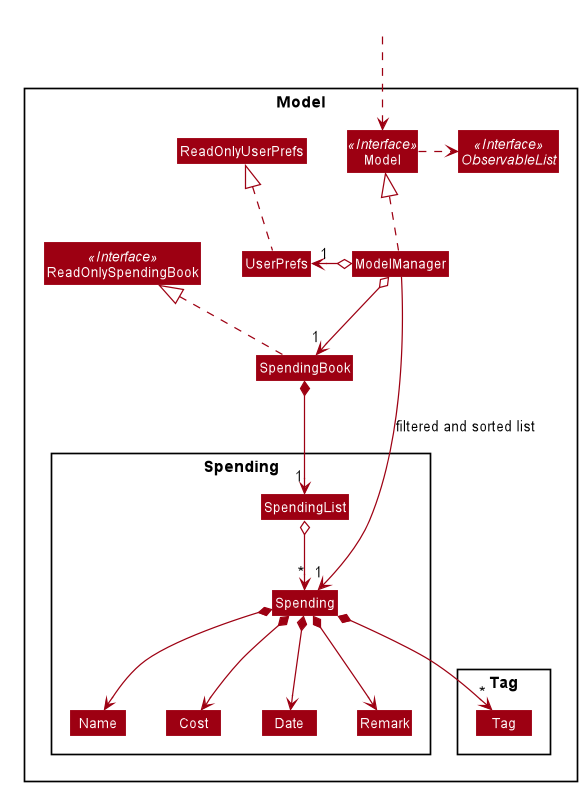
Above: docs/images/ModelClassDiagram.png in nus-cs2103-AY1920S1/addressbook-level3 (PlantUML), before the change.
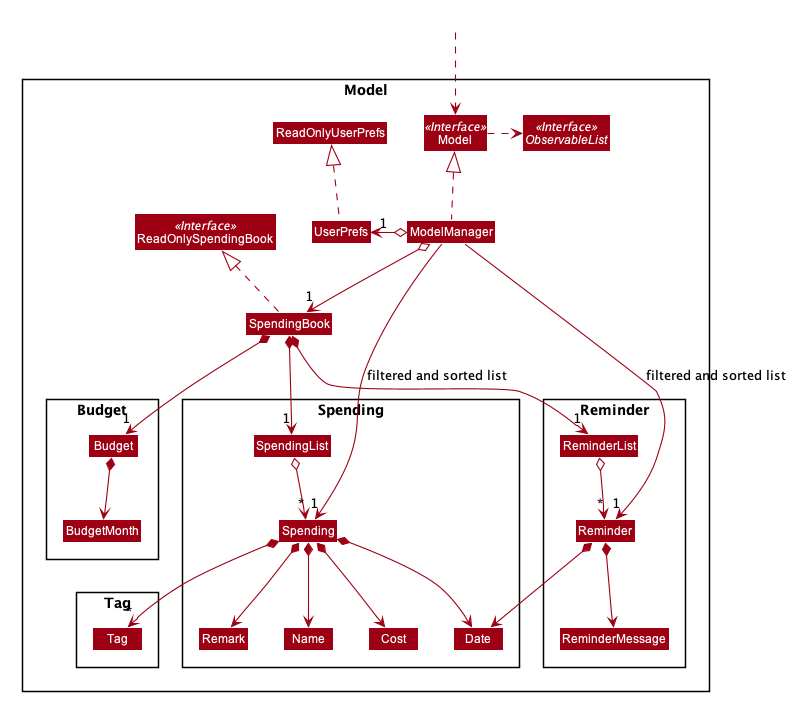
The same file after the commit.

Diff of the diagram source:
```diff
@@ -74,6 +74,17 @@
 Package Tag {
 Class Tag
 }
+
+Package Reminder {
+class Reminder
+class ReminderList
+class ReminderMessage
+}
+
+Package Budget {
+class Budget
+class BudgetMonth
+}
 }
 
 Class HiddenOutside #FFFFFF
@@ -86,6 +97,7 @@
 ModelManager o--> "1" SpendingBook
 ModelManager o-left-> "1" UserPrefs
 UserPrefs .up.|> ReadOnlyUserPrefs
+
 
 SpendingBook *--> "1" SpendingList
 SpendingList o--> "*" Spending
@@ -100,4 +112,15 @@
 Date -[hidden]right-> Remark
 
 ModelManager -->"1" Spending : filtered and sorted list
+
+SpendingBook *--> "1" ReminderList
+ReminderList o--> "*" Reminder
+Reminder *--> ReminderMessage
+Reminder *--> Date
+
+ModelManager -right->"1" Reminder : filtered and sorted list
+
+SpendingBook *--> "1" Budget
+Budget *--> BudgetMonth
+
 @enduml
```
